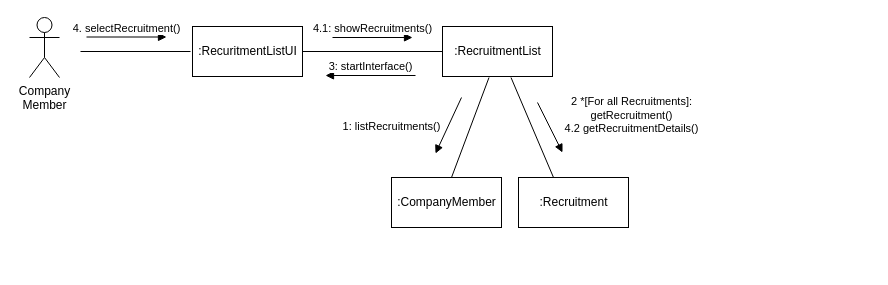
Before: B981008_김미래/채용상세정보페이지제공.drawio in FinancialWorld16/SE_TEAM, a draw.io diagram. Source tidied: cells renumbered, new cells numbered last; positions are measured from the earlier drawing's top-left corner, leaving out a move shared by most shapes. Both pictures are drawn from the tidied source at 100%, with x=0, y=0 at pixel (29, 17).
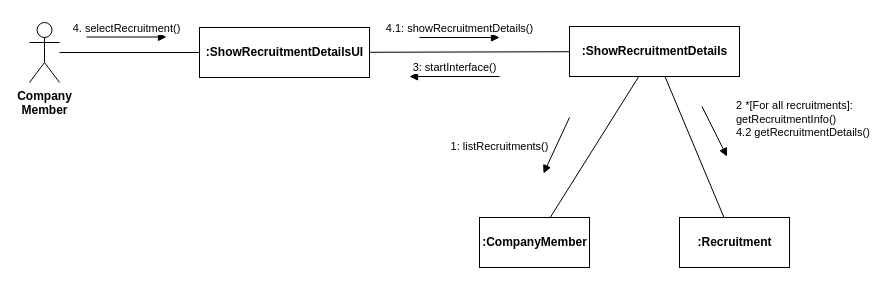
After the change.

Diff of the diagram source:
```diff
@@
+    <mxCell id="16" style="edgeStyle=none;rounded=0;jettySize=auto;html=1;endArrow=none;endFill=0;" parent="1" edge="1" source="2" target="3">
+      <mxGeometry relative="1" as="geometry" />
+    </mxCell>
-    <mxCell id="2" value="Company&lt;br&gt;Member" style="shape=umlActor;verticalLabelPosition=bottom;verticalAlign=top;html=1;outlineConnect=0;" parent="1" vertex="1">
-      <mxGeometry width="30" height="60" as="geometry" />
+    <mxCell id="2" value="Company&lt;br&gt;Member" style="shape=umlActor;verticalLabelPosition=bottom;verticalAlign=top;html=1;outlineConnect=0;fontStyle=1;" parent="1" vertex="1">
+      <mxGeometry y="5" width="30" height="60" as="geometry" />
     </mxCell>
-    <mxCell id="3" value=":RecuritmentListUI" style="html=1;" parent="1" vertex="1">
-      <mxGeometry x="163" y="9" width="110" height="50" as="geometry" />
+    <mxCell id="3" value=":ShowRecruitmentDetailsUI" style="html=1;fontStyle=1;" parent="1" vertex="1">
+      <mxGeometry x="170" y="10" width="170" height="50" as="geometry" />
     </mxCell>
@@
-    <mxCell id="5" style="line;strokeWidth=1;fillColor=none;align=left;verticalAlign=middle;spacingTop=-1;spacingLeft=3;spacingRight=3;labelPosition=right;" parent="1" vertex="1">
-      <mxGeometry x="51" y="30" width="110" height="8" as="geometry" />
-    </mxCell>
+    <mxCell id="17" style="rounded=0;jettySize=auto;html=1;endArrow=none;endFill=0;" parent="1" edge="1" source="6" target="3">
+      <mxGeometry relative="1" as="geometry" />
+    </mxCell>
-    <mxCell id="6" value=":RecruitmentList" style="html=1;" parent="1" vertex="1">
-      <mxGeometry x="413" y="9" width="110" height="50" as="geometry" />
+    <mxCell id="6" value=":ShowRecruitmentDetails" style="html=1;fontStyle=1;" parent="1" vertex="1">
+      <mxGeometry x="540" y="9" width="170" height="50" as="geometry" />
     </mxCell>
-    <mxCell id="7" style="line;strokeWidth=1;fillColor=none;align=left;verticalAlign=middle;spacingTop=-1;spacingLeft=3;spacingRight=3;labelPosition=right;" parent="1" vertex="1">
-      <mxGeometry x="273" y="30" width="140" height="8" as="geometry" />
-    </mxCell>
-    <mxCell id="8" value=":CompanyMember" style="html=1;" parent="1" vertex="1">
-      <mxGeometry x="362" y="160" width="110" height="50" as="geometry" />
+    <mxCell id="8" value=":CompanyMember" style="html=1;fontStyle=1;" parent="1" vertex="1">
+      <mxGeometry x="450" y="200" width="110" height="50" as="geometry" />
     </mxCell>
-    <mxCell id="9" value="4.1: showRecruitments()" style="html=1;verticalAlign=bottom;endArrow=block;rounded=0;" parent="1" edge="1">
+    <mxCell id="9" value="4.1: showRecruitmentDetails()" style="html=1;verticalAlign=bottom;endArrow=block;rounded=0;" parent="1" edge="1">
       <mxGeometry relative="1" as="geometry">
-        <mxPoint x="303" y="20" as="sourcePoint" />
-        <mxPoint x="383" y="20" as="targetPoint" />
+        <mxPoint x="390" y="20" as="sourcePoint" />
+        <mxPoint x="470" y="20" as="targetPoint" />
       </mxGeometry>
     </mxCell>
     <mxCell id="10" value="1: listRecruitments()" style="html=1;verticalAlign=bottom;endArrow=block;rounded=0;" parent="1" edge="1">
       <mxGeometry x="1" y="-47" relative="1" as="geometry">
-        <mxPoint x="432" y="80" as="sourcePoint" />
-        <mxPoint x="406" y="136" as="targetPoint" />
+        <mxPoint x="540" y="100" as="sourcePoint" />
+        <mxPoint x="514" y="156" as="targetPoint" />
         <mxPoint x="-1" y="2" as="offset" />
       </mxGeometry>
     </mxCell>
-    <mxCell id="11" style="endArrow=none;html=1;rounded=0;exitX=0.5;exitY=0;exitDx=0;exitDy=0;" parent="1" edge="1">
-      <mxGeometry relative="1" as="geometry">
-        <mxPoint x="422" y="160" as="sourcePoint" />
-        <mxPoint x="459.5" y="60" as="targetPoint" />
-      </mxGeometry>
+    <mxCell id="11" style="endArrow=none;html=1;rounded=0;" parent="1" edge="1" source="8" target="6">
+      <mxGeometry relative="1" as="geometry" />
     </mxCell>
     <mxCell id="12" value="3: startInterface()" style="html=1;verticalAlign=bottom;endArrow=block;rounded=0;entryX=0.9;entryY=0.82;entryDx=0;entryDy=0;entryPerimeter=0;" parent="1" edge="1">
       <mxGeometry relative="1" as="geometry">
-        <mxPoint x="386" y="58" as="sourcePoint" />
-        <mxPoint x="296" y="58" as="targetPoint" />
+        <mxPoint x="470" y="59" as="sourcePoint" />
+        <mxPoint x="380" y="59" as="targetPoint" />
       </mxGeometry>
     </mxCell>
-    <mxCell id="13" style="endArrow=none;html=1;rounded=0;" parent="1" edge="1">
-      <mxGeometry relative="1" as="geometry">
-        <mxPoint x="524" y="160" as="sourcePoint" />
-        <mxPoint x="481.5" y="60" as="targetPoint" />
-      </mxGeometry>
+    <mxCell id="13" style="endArrow=none;html=1;rounded=0;" parent="1" edge="1" source="14" target="6">
+      <mxGeometry relative="1" as="geometry" />
     </mxCell>
-    <mxCell id="14" value=":Recruitment" style="html=1;" parent="1" vertex="1">
-      <mxGeometry x="489" y="160" width="110" height="50" as="geometry" />
+    <mxCell id="14" value=":Recruitment" style="html=1;fontStyle=1;" parent="1" vertex="1">
+      <mxGeometry x="650" y="200" width="110" height="50" as="geometry" />
     </mxCell>
-    <mxCell id="15" value="2 *[For all Recruitments]:&lt;br&gt;getRecruitment()&lt;br&gt;4.2 getRecruitmentDetails()" style="html=1;verticalAlign=bottom;endArrow=block;rounded=0;" parent="1" edge="1">
-      <mxGeometry x="1" y="71" relative="1" as="geometry">
-        <mxPoint x="508" y="85" as="sourcePoint" />
-        <mxPoint x="533" y="135" as="targetPoint" />
-        <mxPoint x="5" y="17" as="offset" />
+    <mxCell id="15" value="2 *[For all recruitments]:&lt;br&gt;getRecruitmentInfo()&lt;br&gt;4.2 getRecruitmentDetails()" style="html=1;verticalAlign=bottom;endArrow=block;rounded=0;align=left;" parent="1" edge="1">
+      <mxGeometry x="0.63" y="13" relative="1" as="geometry">
+        <mxPoint x="672.5" y="89" as="sourcePoint" />
+        <mxPoint x="697.5" y="139" as="targetPoint" />
       </mxGeometry>
     </mxCell>
```
